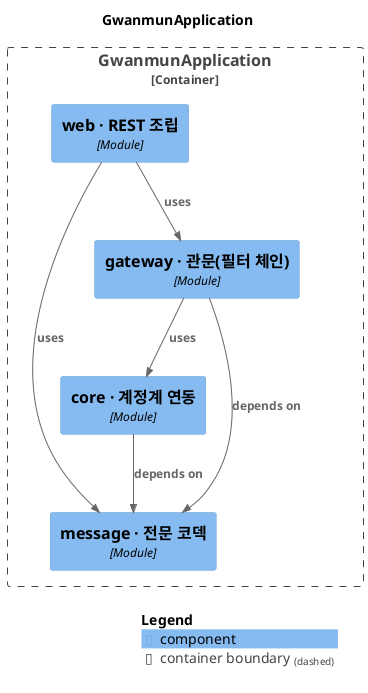
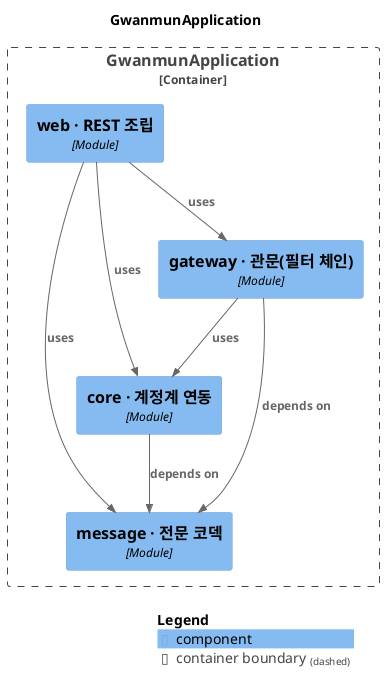
@startuml
set separator none
title GwanmunApplication

top to bottom direction

!include <C4/C4>
!include <C4/C4_Context>
!include <C4/C4_Component>

Container_Boundary("GwanmunApplication.GwanmunApplication_boundary", "GwanmunApplication", $tags="") {
  Component(GwanmunApplication.GwanmunApplication.core계정계연동, "core · 계정계 연동", $techn="Module", $descr="", $tags="", $link="")
  Component(GwanmunApplication.GwanmunApplication.webREST조립, "web · REST 조립", $techn="Module", $descr="", $tags="", $link="")
  Component(GwanmunApplication.GwanmunApplication.message전문코덱, "message · 전문 코덱", $techn="Module", $descr="", $tags="", $link="")
  Component(GwanmunApplication.GwanmunApplication.gateway관문필터체인, "gateway · 관문(필터 체인)", $techn="Module", $descr="", $tags="", $link="")
}

Rel(GwanmunApplication.GwanmunApplication.webREST조립, GwanmunApplication.GwanmunApplication.gateway관문필터체인, "uses", $techn="", $tags="", $link="")
Rel(GwanmunApplication.GwanmunApplication.webREST조립, GwanmunApplication.GwanmunApplication.message전문코덱, "uses", $techn="", $tags="", $link="")
+ Rel(GwanmunApplication.GwanmunApplication.webREST조립, GwanmunApplication.GwanmunApplication.core계정계연동, "uses", $techn="", $tags="", $link="")
+ Rel(GwanmunApplication.GwanmunApplication.core계정계연동, GwanmunApplication.GwanmunApplication.message전문코덱, "depends on", $techn="", $tags="", $link="")
Rel(GwanmunApplication.GwanmunApplication.gateway관문필터체인, GwanmunApplication.GwanmunApplication.message전문코덱, "depends on", $techn="", $tags="", $link="")
Rel(GwanmunApplication.GwanmunApplication.gateway관문필터체인, GwanmunApplication.GwanmunApplication.core계정계연동, "uses", $techn="", $tags="", $link="")
- Rel(GwanmunApplication.GwanmunApplication.core계정계연동, GwanmunApplication.GwanmunApplication.message전문코덱, "depends on", $techn="", $tags="", $link="")

SHOW_LEGEND(true)
@enduml